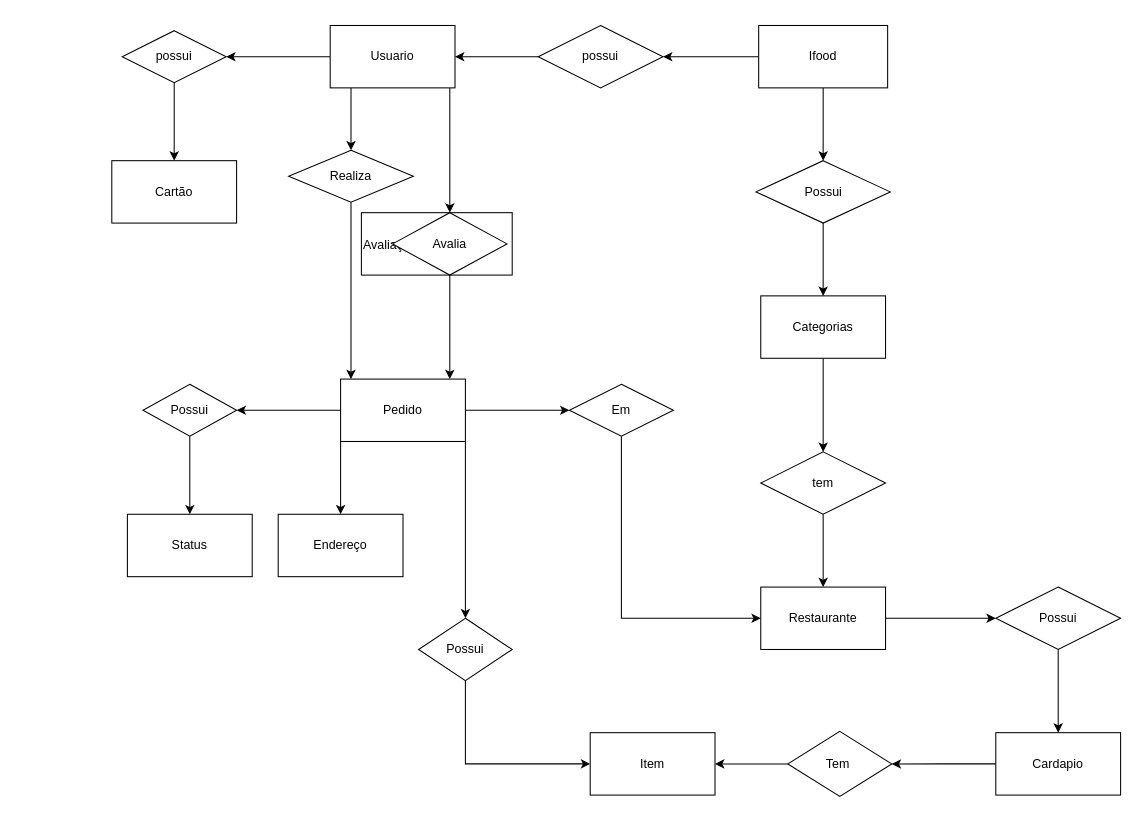
The draw.io diagram Untitled Diagram.drawio in mariaeduaruda/BD-1-atividade, before the edit. Source tidied: cells renumbered, new cells numbered last; positions are measured from the earlier drawing's top-left corner, leaving out a move shared by most shapes. Both pictures are drawn from the tidied source at 104%, with x=0, y=0 at pixel (111, 25).
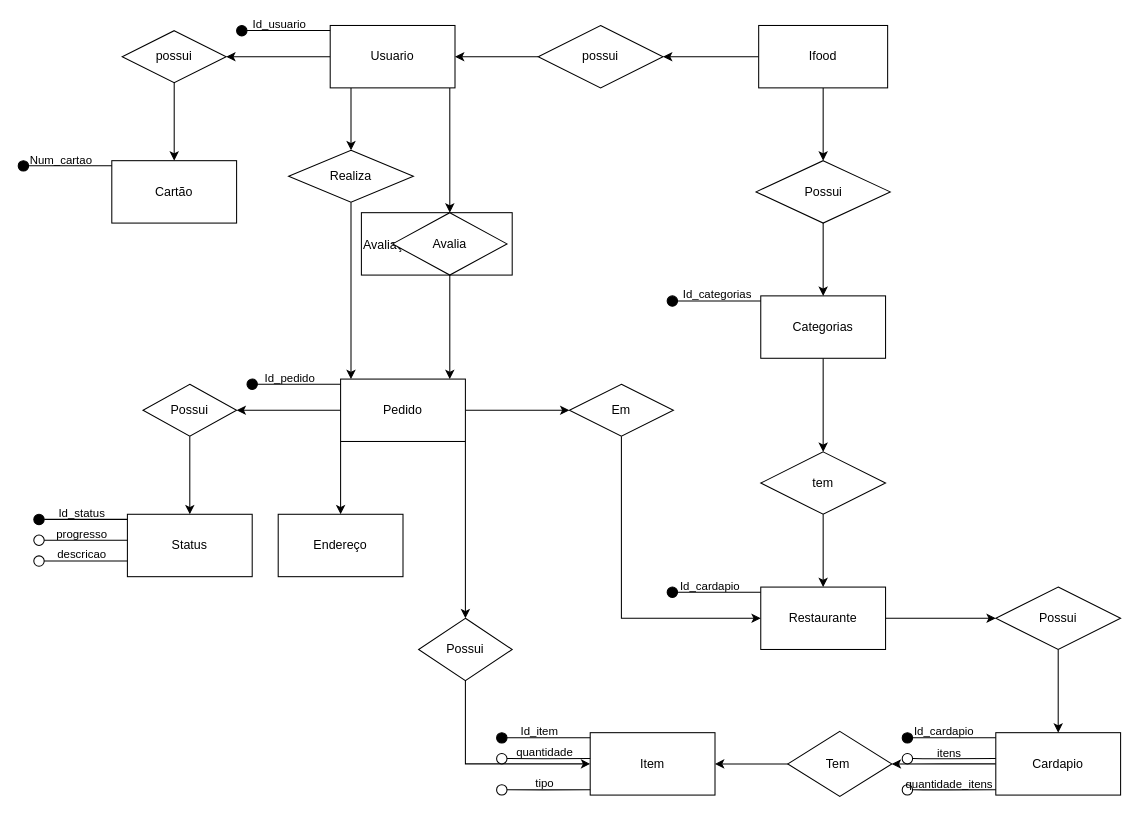
The same page after the edit.

Commit message:
ATIVIDADE MER IFOOD

Change to the diagram source:
```diff
@@
+    <mxCell id="47" style="ellipse;whiteSpace=wrap;html=1;rounded=0;fillColor=#000000;" parent="1" vertex="1">
+      <mxGeometry x="-90" y="130" width="10" height="10" as="geometry" />
+    </mxCell>
+    <mxCell id="48" style="endArrow=none;html=1;rounded=0;" parent="1" edge="1">
+      <mxGeometry relative="1" as="geometry">
+        <mxPoint x="-80" y="134.9" as="sourcePoint" />
+        <mxPoint y="134.9" as="targetPoint" />
+      </mxGeometry>
+    </mxCell>
+    <mxCell id="49" value="Num_cartao" style="edgeLabel;html=1;align=center;verticalAlign=middle;labelBackgroundColor=none;" parent="48" vertex="1">
+      <mxGeometry x="-0.38" y="1" relative="1" as="geometry">
+        <mxPoint x="5" y="-4" as="offset" />
+      </mxGeometry>
+    </mxCell>
+    <mxCell id="50" style="ellipse;whiteSpace=wrap;html=1;rounded=0;fillColor=#000000;" parent="1" vertex="1">
+      <mxGeometry x="-75" y="470" width="10" height="10" as="geometry" />
+    </mxCell>
+    <mxCell id="51" style="endArrow=none;html=1;rounded=0;" parent="1" edge="1">
+      <mxGeometry relative="1" as="geometry">
+        <mxPoint x="-65" y="474.9" as="sourcePoint" />
+        <mxPoint x="15" y="474.9" as="targetPoint" />
+      </mxGeometry>
+    </mxCell>
+    <mxCell id="52" value="Id_status" style="edgeLabel;html=1;align=center;verticalAlign=middle;labelBackgroundColor=none;" parent="51" vertex="1">
+      <mxGeometry x="-0.38" y="1" relative="1" as="geometry">
+        <mxPoint x="10" y="-5" as="offset" />
+      </mxGeometry>
+    </mxCell>
+    <mxCell id="53" style="ellipse;whiteSpace=wrap;html=1;rounded=0;fillColor=#000000;" parent="1" vertex="1">
+      <mxGeometry x="130" y="340" width="10" height="10" as="geometry" />
+    </mxCell>
+    <mxCell id="54" style="endArrow=none;html=1;rounded=0;" parent="1" edge="1">
+      <mxGeometry relative="1" as="geometry">
+        <mxPoint x="140" y="344.9" as="sourcePoint" />
+        <mxPoint x="220" y="344.9" as="targetPoint" />
+      </mxGeometry>
+    </mxCell>
+    <mxCell id="55" value="Id_pedido" style="edgeLabel;html=1;align=center;verticalAlign=middle;labelBackgroundColor=none;" parent="54" vertex="1">
+      <mxGeometry x="-0.38" y="1" relative="1" as="geometry">
+        <mxPoint x="5" y="-5" as="offset" />
+      </mxGeometry>
+    </mxCell>
+    <mxCell id="56" style="ellipse;whiteSpace=wrap;html=1;rounded=0;fillColor=#000000;" parent="1" vertex="1">
+      <mxGeometry x="120" width="10" height="10" as="geometry" />
+    </mxCell>
+    <mxCell id="57" style="endArrow=none;html=1;rounded=0;" parent="1" edge="1">
+      <mxGeometry relative="1" as="geometry">
+        <mxPoint x="130" y="4.9" as="sourcePoint" />
+        <mxPoint x="210" y="4.9" as="targetPoint" />
+      </mxGeometry>
+    </mxCell>
+    <mxCell id="58" value="Id_usuario" style="edgeLabel;html=1;align=center;verticalAlign=middle;labelBackgroundColor=none;" parent="57" vertex="1">
+      <mxGeometry x="-0.38" y="1" relative="1" as="geometry">
+        <mxPoint x="5" y="-5" as="offset" />
+      </mxGeometry>
+    </mxCell>
+    <mxCell id="59" style="ellipse;whiteSpace=wrap;html=1;rounded=0;fillColor=#000000;" parent="1" vertex="1">
+      <mxGeometry x="534" y="260" width="10" height="10" as="geometry" />
+    </mxCell>
+    <mxCell id="60" style="endArrow=none;html=1;rounded=0;" parent="1" edge="1">
+      <mxGeometry relative="1" as="geometry">
+        <mxPoint x="544" y="264.9" as="sourcePoint" />
+        <mxPoint x="624" y="264.9" as="targetPoint" />
+      </mxGeometry>
+    </mxCell>
+    <mxCell id="61" value="Id_categorias" style="edgeLabel;html=1;align=center;verticalAlign=middle;labelBackgroundColor=none;" parent="60" vertex="1">
+      <mxGeometry x="-0.38" y="1" relative="1" as="geometry">
+        <mxPoint x="12" y="-5" as="offset" />
+      </mxGeometry>
+    </mxCell>
+    <mxCell id="62" style="ellipse;whiteSpace=wrap;html=1;rounded=0;fillColor=#000000;" parent="1" vertex="1">
+      <mxGeometry x="370" y="680" width="10" height="10" as="geometry" />
+    </mxCell>
+    <mxCell id="63" style="endArrow=none;html=1;rounded=0;" parent="1" edge="1">
+      <mxGeometry relative="1" as="geometry">
+        <mxPoint x="380" y="684.9" as="sourcePoint" />
+        <mxPoint x="460" y="684.9" as="targetPoint" />
+      </mxGeometry>
+    </mxCell>
+    <mxCell id="64" value="Id_item" style="edgeLabel;html=1;align=center;verticalAlign=middle;labelBackgroundColor=none;" parent="63" vertex="1">
+      <mxGeometry x="-0.38" y="1" relative="1" as="geometry">
+        <mxPoint x="5" y="-5" as="offset" />
+      </mxGeometry>
+    </mxCell>
+    <mxCell id="65" style="ellipse;whiteSpace=wrap;html=1;rounded=0;fillColor=#000000;" parent="1" vertex="1">
+      <mxGeometry x="760" y="680" width="10" height="10" as="geometry" />
+    </mxCell>
+    <mxCell id="66" style="endArrow=none;html=1;rounded=0;" parent="1" edge="1">
+      <mxGeometry relative="1" as="geometry">
+        <mxPoint x="770" y="684.9" as="sourcePoint" />
+        <mxPoint x="850" y="684.9" as="targetPoint" />
+        <Array as="points">
+          <mxPoint x="810" y="684.8" />
+        </Array>
+      </mxGeometry>
+    </mxCell>
+    <mxCell id="67" value="Id_cardapio" style="edgeLabel;html=1;align=center;verticalAlign=middle;labelBackgroundColor=none;" parent="66" vertex="1">
+      <mxGeometry x="-0.38" y="1" relative="1" as="geometry">
+        <mxPoint x="5" y="-5" as="offset" />
+      </mxGeometry>
+    </mxCell>
+    <mxCell id="68" style="ellipse;whiteSpace=wrap;html=1;rounded=0;fillColor=#000000;" parent="1" vertex="1">
+      <mxGeometry x="534" y="540" width="10" height="10" as="geometry" />
+    </mxCell>
+    <mxCell id="69" style="endArrow=none;html=1;rounded=0;" parent="1" edge="1">
+      <mxGeometry relative="1" as="geometry">
+        <mxPoint x="544" y="544.9" as="sourcePoint" />
+        <mxPoint x="624" y="544.9" as="targetPoint" />
+      </mxGeometry>
+    </mxCell>
+    <mxCell id="70" value="Id_cardapio" style="edgeLabel;html=1;align=center;verticalAlign=middle;labelBackgroundColor=none;" parent="69" vertex="1">
+      <mxGeometry x="-0.38" y="1" relative="1" as="geometry">
+        <mxPoint x="5" y="-5" as="offset" />
+      </mxGeometry>
+    </mxCell>
+    <mxCell id="71" style="ellipse;whiteSpace=wrap;html=1;rounded=0;fillColor=#FFFFFF;" parent="1" vertex="1">
+      <mxGeometry x="-75" y="490" width="10" height="10" as="geometry" />
+    </mxCell>
+    <mxCell id="72" style="endArrow=none;html=1;rounded=0;" parent="1" edge="1">
+      <mxGeometry relative="1" as="geometry">
+        <mxPoint x="-65" y="494.9" as="sourcePoint" />
+        <mxPoint x="15" y="494.9" as="targetPoint" />
+        <Array as="points">
+          <mxPoint x="-30" y="495" />
+        </Array>
+      </mxGeometry>
+    </mxCell>
+    <mxCell id="73" value="progresso" style="edgeLabel;html=1;align=center;verticalAlign=middle;labelBackgroundColor=none;" parent="72" vertex="1">
+      <mxGeometry x="-0.38" y="1" relative="1" as="geometry">
+        <mxPoint x="10" y="-5" as="offset" />
+      </mxGeometry>
+    </mxCell>
+    <mxCell id="74" style="ellipse;whiteSpace=wrap;html=1;rounded=0;fillColor=#FFFFFF;" parent="1" vertex="1">
+      <mxGeometry x="-75" y="510" width="10" height="10" as="geometry" />
+    </mxCell>
+    <mxCell id="75" style="endArrow=none;html=1;rounded=0;" parent="1" edge="1">
+      <mxGeometry relative="1" as="geometry">
+        <mxPoint x="-65" y="514.9" as="sourcePoint" />
+        <mxPoint x="15" y="514.9" as="targetPoint" />
+        <Array as="points">
+          <mxPoint x="-30" y="515" />
+        </Array>
+      </mxGeometry>
+    </mxCell>
+    <mxCell id="76" value="descricao" style="edgeLabel;html=1;align=center;verticalAlign=middle;labelBackgroundColor=none;" parent="75" vertex="1">
+      <mxGeometry x="-0.38" y="1" relative="1" as="geometry">
+        <mxPoint x="10" y="-5" as="offset" />
+      </mxGeometry>
+    </mxCell>
+    <mxCell id="77" style="ellipse;whiteSpace=wrap;html=1;rounded=0;fillColor=#FFFFFF;" parent="1" vertex="1">
+      <mxGeometry x="370" y="700" width="10" height="10" as="geometry" />
+    </mxCell>
+    <mxCell id="78" style="endArrow=none;html=1;rounded=0;" parent="1" edge="1">
+      <mxGeometry relative="1" as="geometry">
+        <mxPoint x="380" y="704.9" as="sourcePoint" />
+        <mxPoint x="460" y="704.9" as="targetPoint" />
+        <Array as="points">
+          <mxPoint x="415" y="705" />
+        </Array>
+      </mxGeometry>
+    </mxCell>
+    <mxCell id="79" value="quantidade" style="edgeLabel;html=1;align=center;verticalAlign=middle;labelBackgroundColor=none;" parent="78" vertex="1">
+      <mxGeometry x="-0.38" y="1" relative="1" as="geometry">
+        <mxPoint x="10" y="-5" as="offset" />
+      </mxGeometry>
+    </mxCell>
+    <mxCell id="80" style="ellipse;whiteSpace=wrap;html=1;rounded=0;fillColor=#FFFFFF;" parent="1" vertex="1">
+      <mxGeometry x="370" y="730" width="10" height="10" as="geometry" />
+    </mxCell>
+    <mxCell id="81" style="endArrow=none;html=1;rounded=0;" parent="1" edge="1">
+      <mxGeometry relative="1" as="geometry">
+        <mxPoint x="380" y="734.9" as="sourcePoint" />
+        <mxPoint x="460" y="734.9" as="targetPoint" />
+        <Array as="points">
+          <mxPoint x="415" y="735" />
+        </Array>
+      </mxGeometry>
+    </mxCell>
+    <mxCell id="82" value="tipo" style="edgeLabel;html=1;align=center;verticalAlign=middle;labelBackgroundColor=none;" parent="81" vertex="1">
+      <mxGeometry x="-0.38" y="1" relative="1" as="geometry">
+        <mxPoint x="10" y="-5" as="offset" />
+      </mxGeometry>
+    </mxCell>
+    <mxCell id="83" style="ellipse;whiteSpace=wrap;html=1;rounded=0;fillColor=#FFFFFF;" parent="1" vertex="1">
+      <mxGeometry x="760" y="700" width="10" height="10" as="geometry" />
+    </mxCell>
+    <mxCell id="84" style="endArrow=none;html=1;rounded=0;" parent="1" edge="1">
+      <mxGeometry relative="1" as="geometry">
+        <mxPoint x="770" y="704.9" as="sourcePoint" />
+        <mxPoint x="850" y="704.9" as="targetPoint" />
+        <Array as="points">
+          <mxPoint x="780" y="705" />
+          <mxPoint x="805" y="705" />
+        </Array>
+      </mxGeometry>
+    </mxCell>
+    <mxCell id="85" value="itens" style="edgeLabel;html=1;align=center;verticalAlign=middle;labelBackgroundColor=none;" parent="84" vertex="1">
+      <mxGeometry x="-0.38" y="1" relative="1" as="geometry">
+        <mxPoint x="10" y="-5" as="offset" />
+      </mxGeometry>
+    </mxCell>
+    <mxCell id="86" style="ellipse;whiteSpace=wrap;html=1;rounded=0;fillColor=#FFFFFF;" parent="1" vertex="1">
+      <mxGeometry x="760" y="730" width="10" height="10" as="geometry" />
+    </mxCell>
+    <mxCell id="87" style="endArrow=none;html=1;rounded=0;" parent="1" edge="1">
+      <mxGeometry relative="1" as="geometry">
+        <mxPoint x="770" y="734.9" as="sourcePoint" />
+        <mxPoint x="850" y="734.9" as="targetPoint" />
+        <Array as="points">
+          <mxPoint x="780" y="735" />
+          <mxPoint x="790" y="735" />
+          <mxPoint x="805" y="735" />
+        </Array>
+      </mxGeometry>
+    </mxCell>
+    <mxCell id="88" value="quantidade_itens" style="edgeLabel;html=1;align=center;verticalAlign=middle;labelBackgroundColor=none;" parent="87" vertex="1">
+      <mxGeometry x="-0.38" y="1" relative="1" as="geometry">
+        <mxPoint x="10" y="-5" as="offset" />
+      </mxGeometry>
+    </mxCell>
```
